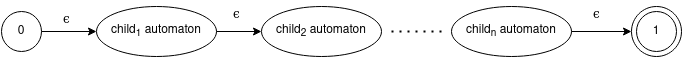
barisione-biso/MillenniumDB keeps this draw.io diagram as doc/property_path_assets/sequence_automaton.png. Above is the earlier version. Source tidied: cells renumbered, new cells last; positions are measured from the earlier drawing's top-left corner, leaving out a move shared by most shapes.
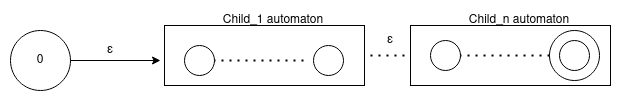
Later version of the same file.

Change to the diagram source:
```diff
@@ -2,47 +2,59 @@
   <root>
     <mxCell id="0" />
     <mxCell id="1" parent="0" />
-    <mxCell id="2" style="ellipse;whiteSpace=wrap;html=1;" parent="1" vertex="1">
-      <mxGeometry x="630" y="5" width="50" height="50" as="geometry" />
-    </mxCell>
     <mxCell id="3" value="0" style="ellipse;whiteSpace=wrap;html=1;" parent="1" vertex="1">
-      <mxGeometry y="10" width="40" height="40" as="geometry" />
+      <mxGeometry y="10" width="60" height="60" as="geometry" />
     </mxCell>
-    <mxCell id="4" style="endArrow=classic;html=1;exitX=1;exitY=0.5;exitDx=0;exitDy=0;entryX=0;entryY=0.5;entryDx=0;entryDy=0;" parent="1" edge="1" source="3" target="5">
-      <mxGeometry relative="1" as="geometry" />
-    </mxCell>
-    <mxCell id="5" value="child&lt;sub&gt;1&lt;/sub&gt; automaton" style="ellipse;whiteSpace=wrap;html=1;" parent="1" vertex="1">
-      <mxGeometry x="95" y="5" width="120" height="50" as="geometry" />
-    </mxCell>
-    <mxCell id="6" value="child&lt;sub&gt;2&lt;/sub&gt; automaton" style="ellipse;whiteSpace=wrap;html=1;" parent="1" vertex="1">
-      <mxGeometry x="260" y="5" width="120" height="50" as="geometry" />
-    </mxCell>
-    <mxCell id="7" value="child&lt;sub&gt;n&lt;/sub&gt; automaton" style="ellipse;whiteSpace=wrap;html=1;" parent="1" vertex="1">
-      <mxGeometry x="450" y="5" width="120" height="50" as="geometry" />
-    </mxCell>
-    <mxCell id="8" style="endArrow=none;dashed=1;html=1;dashPattern=1 3;strokeWidth=2;" parent="1" edge="1">
-      <mxGeometry relative="1" as="geometry">
-        <mxPoint x="440" y="30" as="sourcePoint" />
-        <mxPoint x="390" y="30" as="targetPoint" />
-      </mxGeometry>
-    </mxCell>
-    <mxCell id="9" style="endArrow=classic;html=1;entryX=0;entryY=0.5;entryDx=0;entryDy=0;exitX=1;exitY=0.5;exitDx=0;exitDy=0;" parent="1" edge="1" source="5" target="6">
-      <mxGeometry relative="1" as="geometry" />
-    </mxCell>
-    <mxCell id="10" style="endArrow=classic;html=1;exitX=1;exitY=0.5;exitDx=0;exitDy=0;entryX=0;entryY=0.5;entryDx=0;entryDy=0;" parent="1" edge="1" source="7" target="2">
-      <mxGeometry relative="1" as="geometry" />
-    </mxCell>
-    <mxCell id="11" value="ϵ" style="text;whiteSpace=wrap;html=1;" parent="1" vertex="1">
-      <mxGeometry x="590" width="30" height="30" as="geometry" />
-    </mxCell>
-    <mxCell id="12" value="ϵ" style="text;whiteSpace=wrap;html=1;" parent="1" vertex="1">
-      <mxGeometry x="60" y="5" width="30" height="30" as="geometry" />
-    </mxCell>
-    <mxCell id="13" value="ϵ" style="text;whiteSpace=wrap;html=1;" parent="1" vertex="1">
-      <mxGeometry x="230" width="30" height="30" as="geometry" />
-    </mxCell>
-    <mxCell id="14" value="1" style="ellipse;whiteSpace=wrap;html=1;" parent="1" vertex="1">
-      <mxGeometry x="635" y="10" width="40" height="40" as="geometry" />
-    </mxCell>
+    <mxCell id="15" style="endArrow=classic;html=1;exitX=1;exitY=0.5;exitDx=0;exitDy=0;" parent="1" edge="1" source="3">
+      <mxGeometry relative="1" as="geometry">
+        <mxPoint x="150" y="40" as="targetPoint" />
+      </mxGeometry>
+    </mxCell>
+    <mxCell id="16" style="rounded=0;whiteSpace=wrap;html=1;" parent="1" vertex="1">
+      <mxGeometry x="154" y="5" width="200" height="60" as="geometry" />
+    </mxCell>
+    <mxCell id="17" style="ellipse;whiteSpace=wrap;html=1;" parent="1" vertex="1">
+      <mxGeometry x="174" y="25" width="30" height="30" as="geometry" />
+    </mxCell>
+    <mxCell id="18" style="endArrow=none;dashed=1;html=1;dashPattern=1 3;strokeWidth=2;entryX=1;entryY=0.5;entryDx=0;entryDy=0;exitX=0;exitY=0.5;exitDx=0;exitDy=0;" parent="1" edge="1" target="17">
+      <mxGeometry relative="1" as="geometry">
+        <mxPoint x="293" y="40" as="sourcePoint" />
+      </mxGeometry>
+    </mxCell>
+    <mxCell id="19" style="ellipse;whiteSpace=wrap;html=1;" parent="1" vertex="1">
+      <mxGeometry x="303" y="25" width="30" height="30" as="geometry" />
+    </mxCell>
+    <mxCell id="20" value="Child_1 automaton" style="text;html=1;strokeColor=none;fillColor=none;align=center;verticalAlign=middle;whiteSpace=wrap;rounded=0;" parent="1" vertex="1">
+      <mxGeometry x="193" y="-10" width="140" height="20" as="geometry" />
+    </mxCell>
+    <mxCell id="21" style="rounded=0;whiteSpace=wrap;html=1;" parent="1" vertex="1">
+      <mxGeometry x="400" y="5" width="200" height="60" as="geometry" />
+    </mxCell>
+    <mxCell id="22" style="ellipse;whiteSpace=wrap;html=1;" parent="1" vertex="1">
+      <mxGeometry x="539" y="10" width="50" height="50" as="geometry" />
+    </mxCell>
+    <mxCell id="23" style="ellipse;whiteSpace=wrap;html=1;" parent="1" vertex="1">
+      <mxGeometry x="420" y="20" width="30" height="30" as="geometry" />
+    </mxCell>
+    <mxCell id="24" style="endArrow=none;dashed=1;html=1;dashPattern=1 3;strokeWidth=2;entryX=1;entryY=0.5;entryDx=0;entryDy=0;exitX=0;exitY=0.5;exitDx=0;exitDy=0;" parent="1" edge="1" source="22" target="23">
+      <mxGeometry relative="1" as="geometry" />
+    </mxCell>
+    <mxCell id="25" style="ellipse;whiteSpace=wrap;html=1;" parent="1" vertex="1">
+      <mxGeometry x="549" y="20" width="30" height="30" as="geometry" />
+    </mxCell>
+    <mxCell id="26" value="Child_n automaton" style="text;html=1;strokeColor=none;fillColor=none;align=center;verticalAlign=middle;whiteSpace=wrap;rounded=0;" parent="1" vertex="1">
+      <mxGeometry x="439" y="-10" width="140" height="20" as="geometry" />
+    </mxCell>
+    <mxCell id="27" style="endArrow=none;dashed=1;html=1;dashPattern=1 3;strokeWidth=2;entryX=0;entryY=0.5;entryDx=0;entryDy=0;" parent="1" edge="1" target="21">
+      <mxGeometry relative="1" as="geometry">
+        <mxPoint x="360" y="35" as="sourcePoint" />
+      </mxGeometry>
+    </mxCell>
+    <mxCell id="28" value="ε" style="text;html=1;strokeColor=none;fillColor=none;align=center;verticalAlign=middle;whiteSpace=wrap;rounded=0;" parent="1" vertex="1">
+      <mxGeometry x="360" y="10" width="40" height="20" as="geometry" />
+    </mxCell>
+    <mxCell id="29" value="ε" style="text;html=1;strokeColor=none;fillColor=none;align=center;verticalAlign=middle;whiteSpace=wrap;rounded=0;" parent="1" vertex="1">
+      <mxGeometry x="80" y="20" width="40" height="20" as="geometry" />
+    </mxCell>
   </root>
 </mxGraphModel>
```
